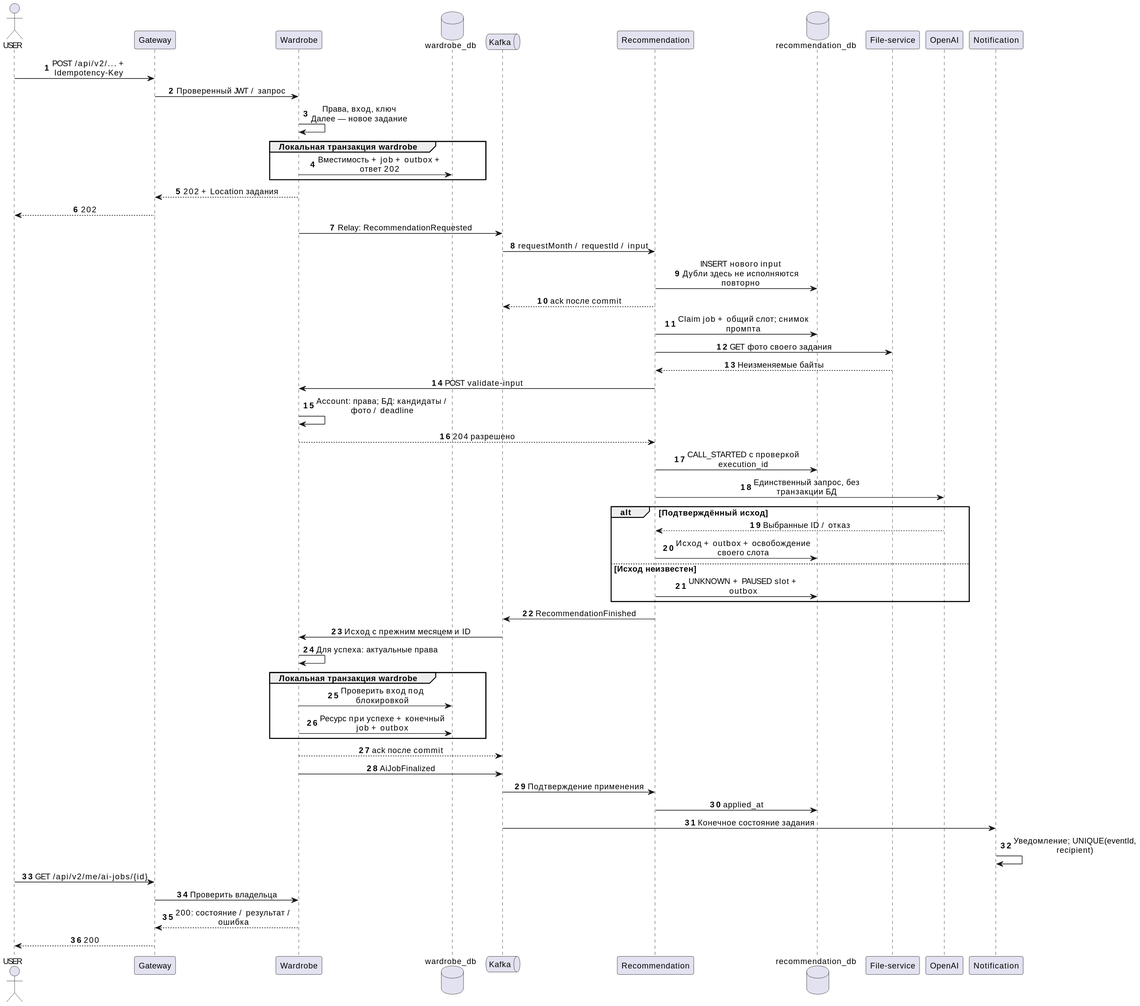
Earlier version of the PlantUML export docs/lab4/diagrams/ai-selection.svg (SimeonGor/clothes-advisor). Its source is kept beside it as docs/lab4/diagrams/ai-selection.puml.
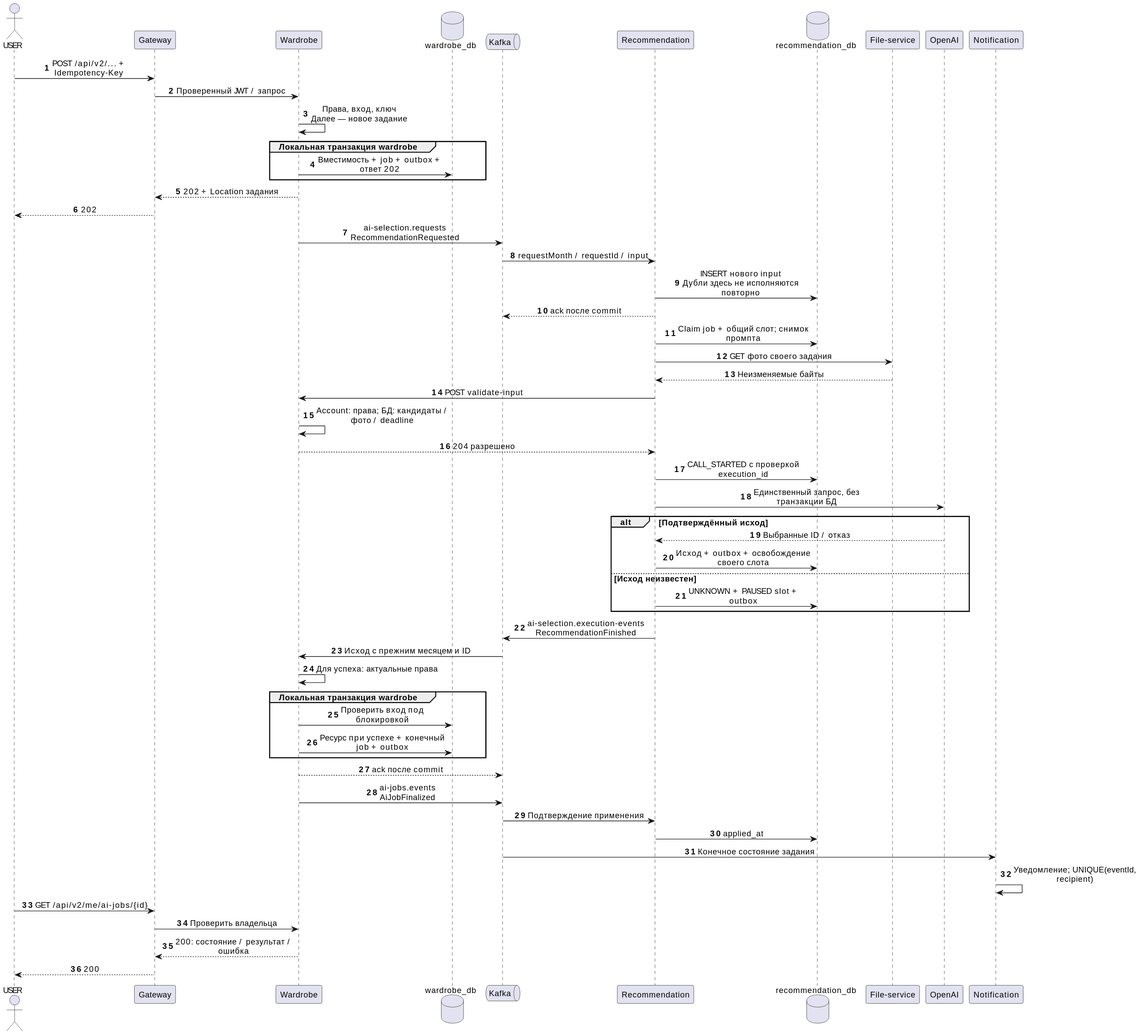
Above is the later version.

What changed in the source:
```diff
@@ -24,7 +24,7 @@
 end
 w --> gw : 202 + Location задания
 gw --> user : 202
-w -> k : Relay: RecommendationRequested
+w -> k : ai-selection.requests\nRecommendationRequested
 k -> r : requestMonth / requestId / input
 r -> rd : INSERT нового input\nДубли здесь не исполняются повторно
 r --> k : ack после commit
@@ -42,7 +42,7 @@
 else Исход неизвестен
   r -> rd : UNKNOWN + PAUSED slot + outbox
 end
-r -> k : RecommendationFinished
+r -> k : ai-selection.execution-events\nRecommendationFinished
 k -> w : Исход с прежним месяцем и ID
 w -> w : Для успеха: актуальные права
 group Локальная транзакция wardrobe
@@ -50,7 +50,7 @@
   w -> wd : Ресурс при успехе + конечный job + outbox
 end
 w --> k : ack после commit
-w -> k : AiJobFinalized
+w -> k : ai-jobs.events\nAiJobFinalized
 k -> r : Подтверждение применения
 r -> rd : applied_at
 k -> n : Конечное состояние задания
```
